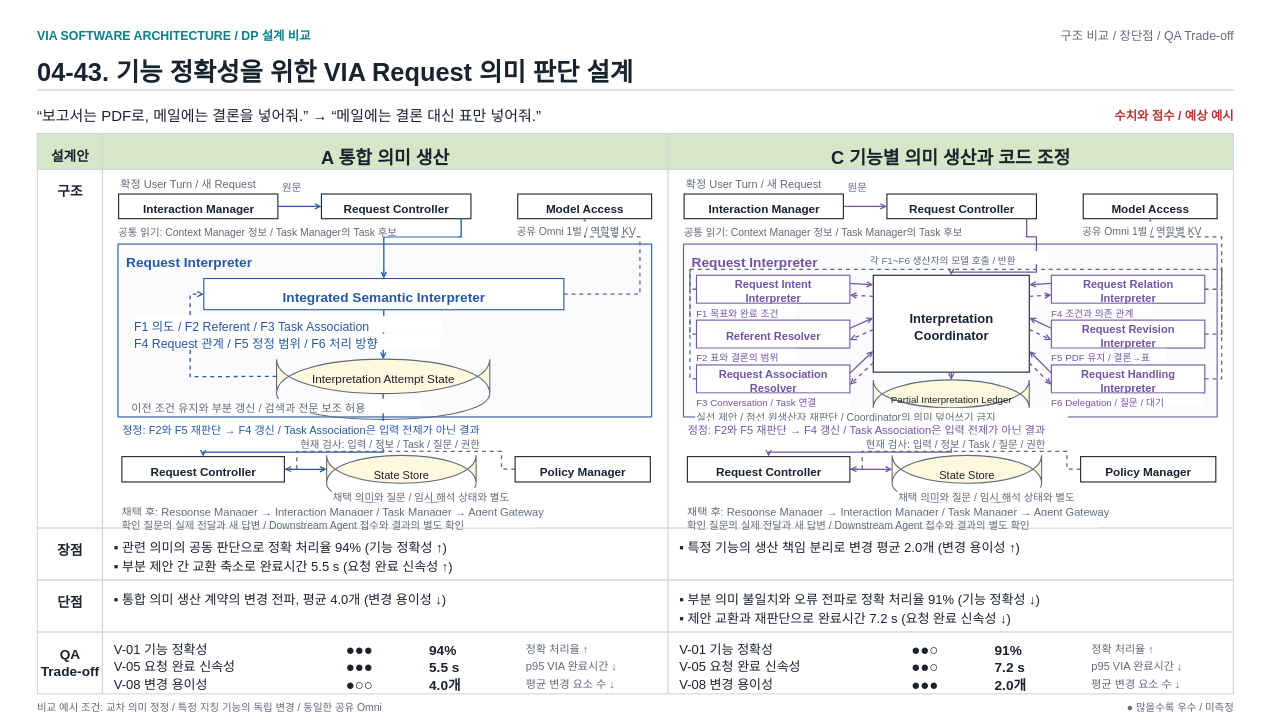
cbyche/via-sw-architecture keeps this draw.io diagram as docs/presentations_files/dp-comparison/dp43-comparison.drawio. Above is the earlier version. Source tidied: cells renumbered, new cells numbered last; positions are measured from the earlier drawing's top-left corner, leaving out a move shared by most shapes. Both pictures are drawn from the tidied source at 65%, with x=0, y=0 at pixel (11, 11).
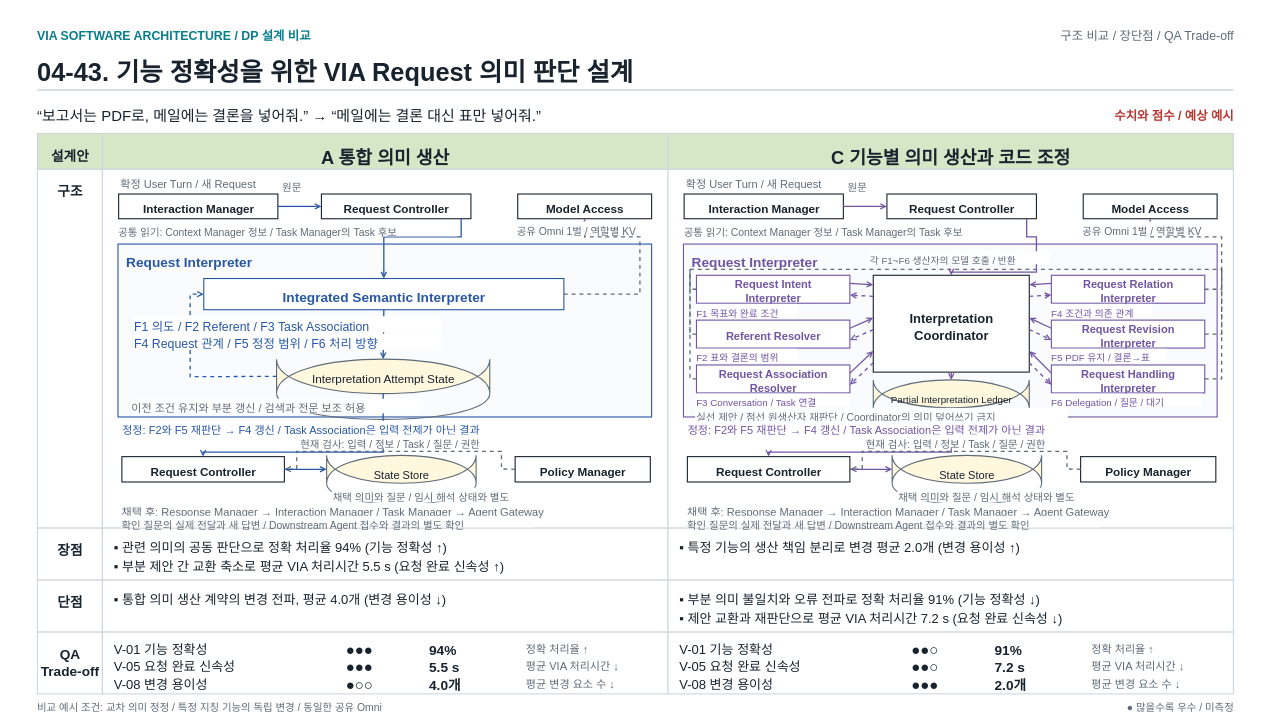
The same page after the edit.

Diff of the diagram source:
```diff
@@
-    <mxCell id="23" value="&lt;div style=&quot;line-height:1.3;&quot;&gt;▪ 부분 제안 간 교환 축소로 완료시간 5.5 s (요청 완료 신속성 ↑)&lt;/div&gt;" style="fontFamily=Apple SD Gothic Neo;text;html=1;whiteSpace=nowrap;overflow=visible;fillColor=none;strokeColor=none;align=left;verticalAlign=top;spacing=0;fontSize=20;fontColor=#18232E;fontStyle=0;" parent="1" vertex="1">
+    <mxCell id="23" value="&lt;div style=&quot;line-height:1.3;&quot;&gt;▪ 부분 제안 간 교환 축소로 평균 VIA 처리시간 5.5 s (요청 완료 신속성 ↑)&lt;/div&gt;" style="fontFamily=Apple SD Gothic Neo;text;html=1;whiteSpace=nowrap;overflow=visible;fillColor=none;strokeColor=none;align=left;verticalAlign=top;spacing=0;fontSize=20;fontColor=#18232E;fontStyle=0;" parent="1" vertex="1">
       <mxGeometry x="158" y="837" width="836" height="26" as="geometry" />
     </mxCell>
@@
-    <mxCell id="32" value="&lt;div style=&quot;line-height:1.3;&quot;&gt;p95 VIA 완료시간 ↓&lt;/div&gt;" style="fontFamily=Apple SD Gothic Neo;text;html=1;whiteSpace=nowrap;overflow=visible;fillColor=none;strokeColor=none;align=left;verticalAlign=top;spacing=0;fontSize=17;fontColor=#5F6B77;fontStyle=0;" parent="1" vertex="1">
+    <mxCell id="32" value="&lt;div style=&quot;line-height:1.3;&quot;&gt;평균 VIA 처리시간 ↓&lt;/div&gt;" style="fontFamily=Apple SD Gothic Neo;text;html=1;whiteSpace=nowrap;overflow=visible;fillColor=none;strokeColor=none;align=left;verticalAlign=top;spacing=0;fontSize=17;fontColor=#5F6B77;fontStyle=0;" parent="1" vertex="1">
       <mxGeometry x="792" y="993" width="206" height="22.1" as="geometry" />
     </mxCell>
@@
-    <mxCell id="40" value="&lt;div style=&quot;line-height:1.3;&quot;&gt;▪ 제안 교환과 재판단으로 완료시간 7.2 s (요청 완료 신속성 ↓)&lt;/div&gt;" style="fontFamily=Apple SD Gothic Neo;text;html=1;whiteSpace=nowrap;overflow=visible;fillColor=none;strokeColor=none;align=left;verticalAlign=top;spacing=0;fontSize=20;fontColor=#18232E;fontStyle=0;" parent="1" vertex="1">
+    <mxCell id="40" value="&lt;div style=&quot;line-height:1.3;&quot;&gt;▪ 제안 교환과 재판단으로 평균 VIA 처리시간 7.2 s (요청 완료 신속성 ↓)&lt;/div&gt;" style="fontFamily=Apple SD Gothic Neo;text;html=1;whiteSpace=nowrap;overflow=visible;fillColor=none;strokeColor=none;align=left;verticalAlign=top;spacing=0;fontSize=20;fontColor=#18232E;fontStyle=0;" parent="1" vertex="1">
       <mxGeometry x="1028" y="917" width="836" height="26" as="geometry" />
     </mxCell>
@@
-    <mxCell id="48" value="&lt;div style=&quot;line-height:1.3;&quot;&gt;p95 VIA 완료시간 ↓&lt;/div&gt;" style="fontFamily=Apple SD Gothic Neo;text;html=1;whiteSpace=nowrap;overflow=visible;fillColor=none;strokeColor=none;align=left;verticalAlign=top;spacing=0;fontSize=17;fontColor=#5F6B77;fontStyle=0;" parent="1" vertex="1">
+    <mxCell id="48" value="&lt;div style=&quot;line-height:1.3;&quot;&gt;평균 VIA 처리시간 ↓&lt;/div&gt;" style="fontFamily=Apple SD Gothic Neo;text;html=1;whiteSpace=nowrap;overflow=visible;fillColor=none;strokeColor=none;align=left;verticalAlign=top;spacing=0;fontSize=17;fontColor=#5F6B77;fontStyle=0;" parent="1" vertex="1">
       <mxGeometry x="1662" y="993" width="206" height="22.1" as="geometry" />
     </mxCell>
```
